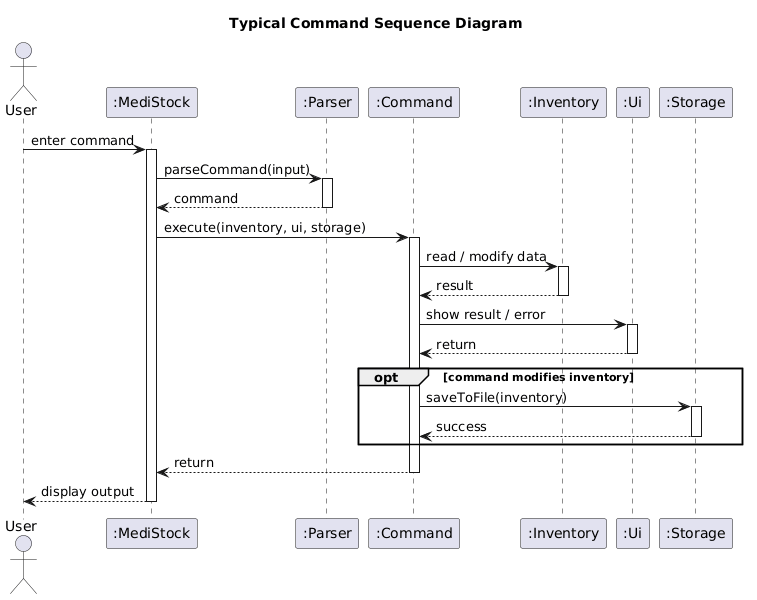
Before: docs/diagrams/TypicalCommandSequenceDiagram.png, a diagram exported from PlantUML (Yonish18/tp). Its diagram source:
```plantuml
@startuml
title Typical Command Sequence Diagram

actor User
participant ":MediStock" as App
participant ":Parser" as Parser
participant ":Command" as Command
participant ":Inventory" as Inventory
participant ":Ui" as Ui
participant ":Storage" as Storage

User -> App : enter command
activate App

App -> Parser : parseCommand(input)
activate Parser
Parser --> App : command
deactivate Parser

App -> Command : execute(inventory, ui, storage)
activate Command

Command -> Inventory : read / modify data
activate Inventory
Inventory --> Command : result
deactivate Inventory

Command -> Ui : show result / error
activate Ui
Ui --> Command : return
deactivate Ui

opt command modifies inventory
    Command -> Storage : saveToFile(inventory)
    activate Storage
    Storage --> Command : success
    deactivate Storage
end

Command --> App : return
deactivate Command

App --> User : display output
deactivate App
@enduml
```
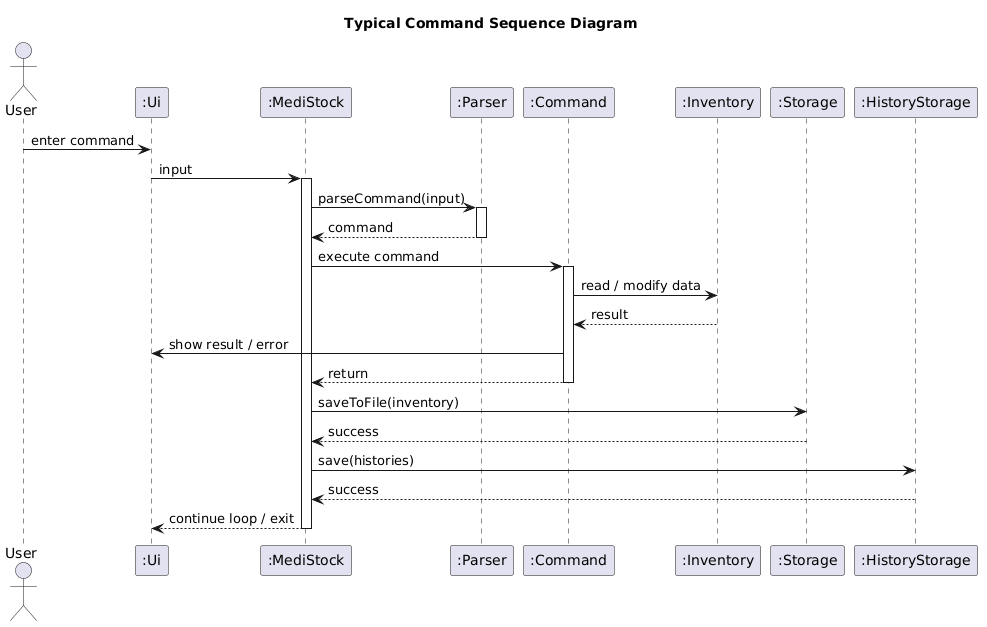
The same diagram one commit later.

Commit message:
Update typical command sequence diagram.

What changed in the source:
```diff
@@ -2,14 +2,16 @@
 title Typical Command Sequence Diagram
 
 actor User
+participant ":Ui" as Ui
 participant ":MediStock" as App
 participant ":Parser" as Parser
 participant ":Command" as Command
 participant ":Inventory" as Inventory
-participant ":Ui" as Ui
 participant ":Storage" as Storage
+participant ":HistoryStorage" as HistoryStorage
 
-User -> App : enter command
+User -> Ui : enter command
+Ui -> App : input
 activate App
 
 App -> Parser : parseCommand(input)
@@ -17,29 +19,24 @@
 Parser --> App : command
 deactivate Parser
 
-App -> Command : execute(inventory, ui, storage)
+App -> Command : execute command
 activate Command
 
 Command -> Inventory : read / modify data
-activate Inventory
 Inventory --> Command : result
-deactivate Inventory
 
 Command -> Ui : show result / error
-activate Ui
-Ui --> Command : return
-deactivate Ui
 
-opt command modifies inventory
-    Command -> Storage : saveToFile(inventory)
-    activate Storage
-    Storage --> Command : success
-    deactivate Storage
-end
 
 Command --> App : return
 deactivate Command
 
-App --> User : display output
+App -> Storage : saveToFile(inventory)
+Storage --> App : success
+
+App -> HistoryStorage : save(histories)
+HistoryStorage --> App : success
+
+App --> Ui : continue loop / exit
 deactivate App
 @enduml
```
